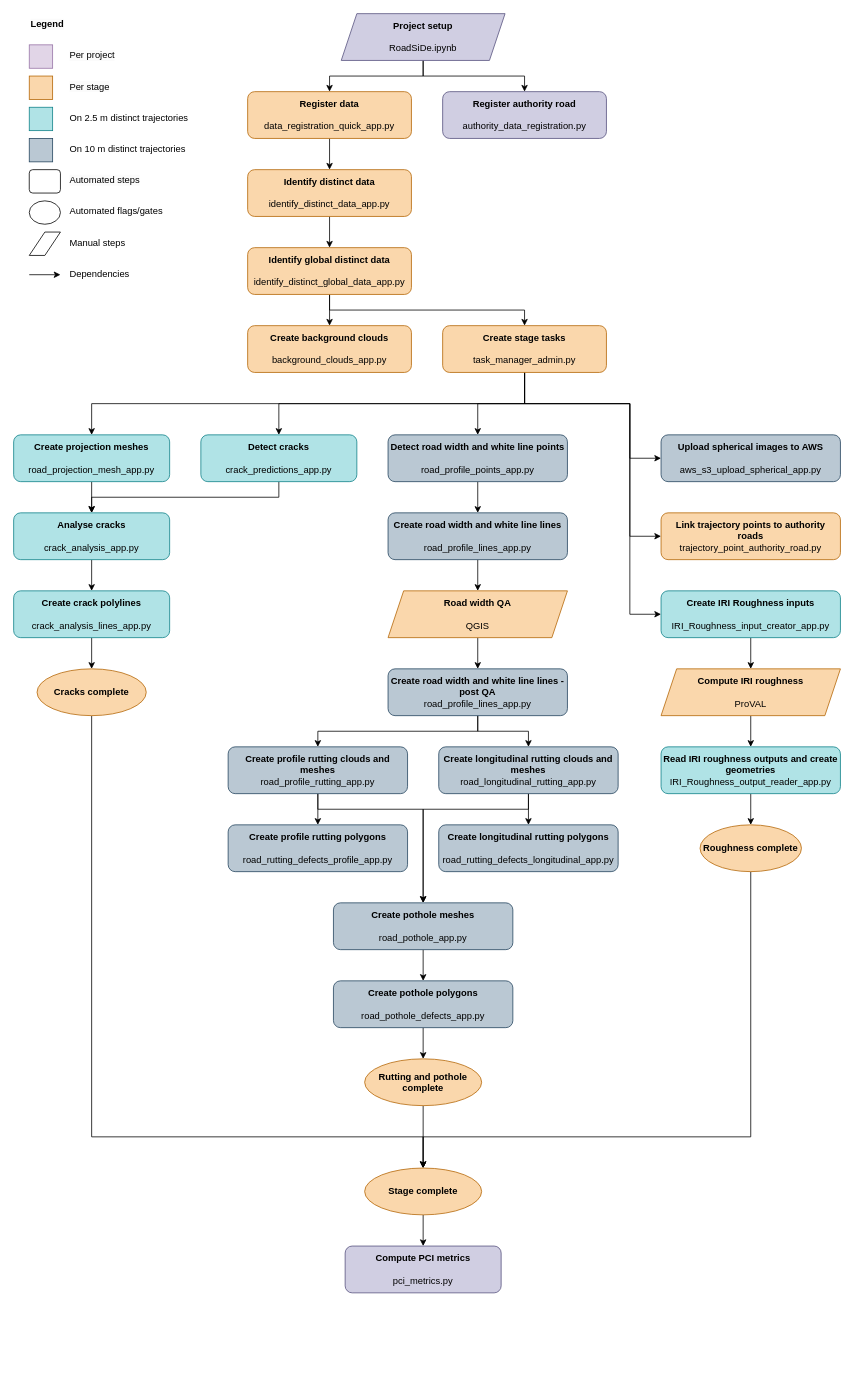
Before: RoadSiDe.drawio in marko-veris/draw.io, a draw.io diagram. Source tidied: cells renumbered, new cells numbered last; positions are measured from the earlier drawing's top-left corner, leaving out a move shared by most shapes. Both pictures are drawn from the tidied source at 78%, with x=0, y=0 at pixel (13, 13).
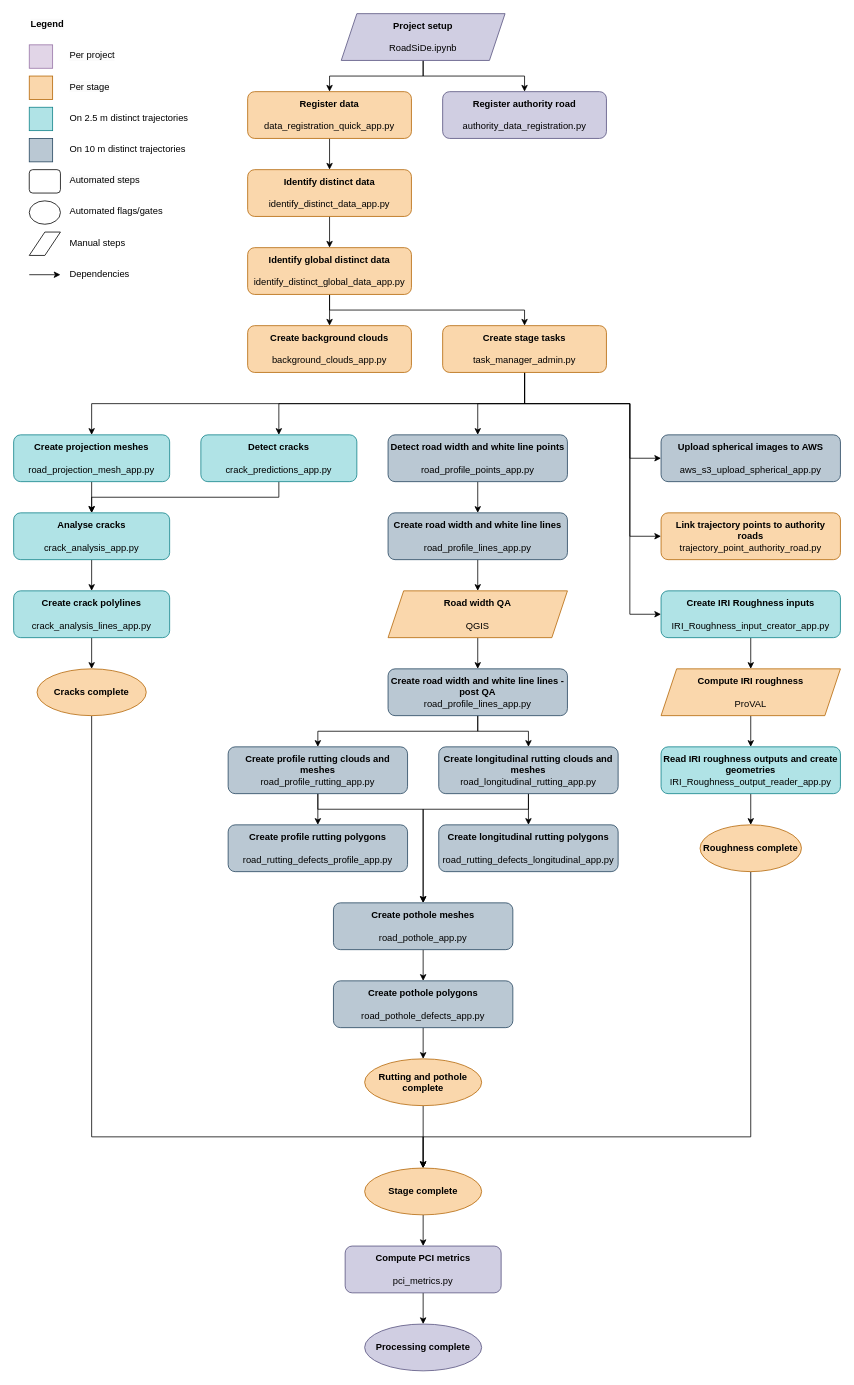
The same diagram, later.

Unchanged cells that the change refers to:
```xml
<mxCell id="73" value="&lt;b&gt;Compute PCI metrics&lt;br&gt;&lt;/b&gt;&lt;br&gt;pci_metrics.py" style="rounded=1;whiteSpace=wrap;html=1;fillColor=#d0cee2;strokeColor=#56517e;" parent="1" vertex="1">
  <mxGeometry x="425" y="1580" width="200" height="60" as="geometry" />
</mxCell>
```

What changed in the source:
```diff
@@
+    <mxCell id="84" style="edgeStyle=orthogonalEdgeStyle;rounded=0;jettySize=auto;html=1;" parent="1" edge="1" source="73" target="85">
+      <mxGeometry relative="1" as="geometry" />
+    </mxCell>
@@
+    <mxCell id="85" value="&lt;b&gt;Processing complete&lt;/b&gt;" style="ellipse;whiteSpace=wrap;html=1;fillColor=#d0cee2;strokeColor=#56517e;" parent="1" vertex="1">
+      <mxGeometry x="450" y="1680" width="150" height="60" as="geometry" />
+    </mxCell>
```
